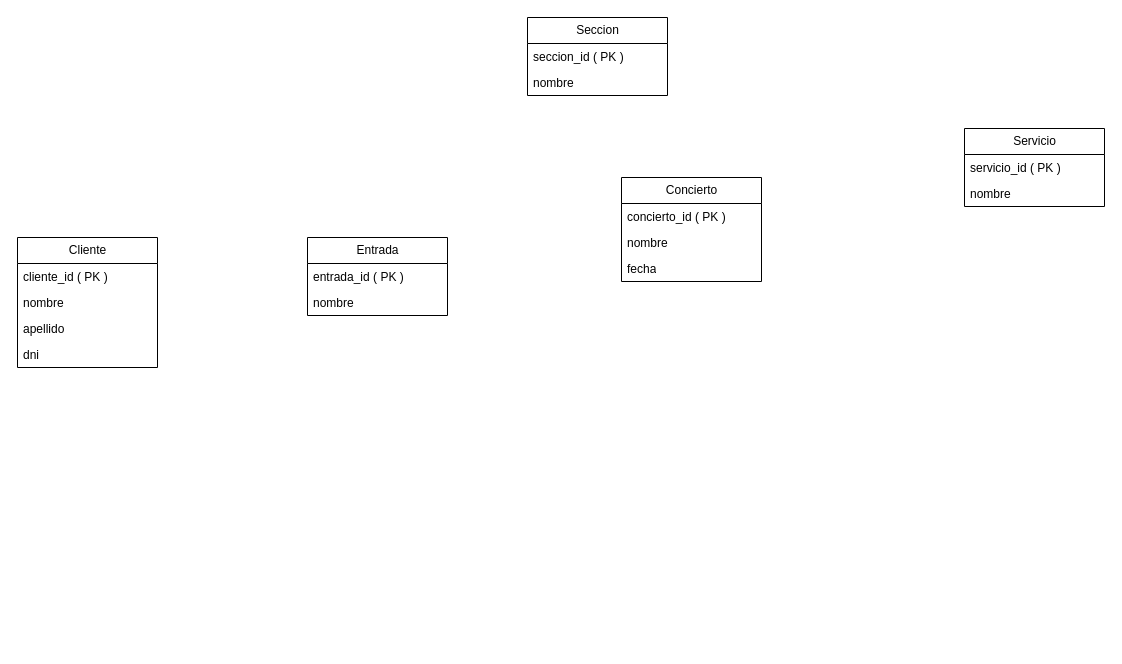
Oriana10/sql-project keeps this draw.io diagram as diagrama.drawio. Above is the earlier version. Source tidied: cells renumbered, new cells numbered last; positions are measured from the earlier drawing's top-left corner, leaving out a move shared by most shapes. Both pictures are drawn from the tidied source at 100%, with x=0, y=0 at pixel (17, 17).
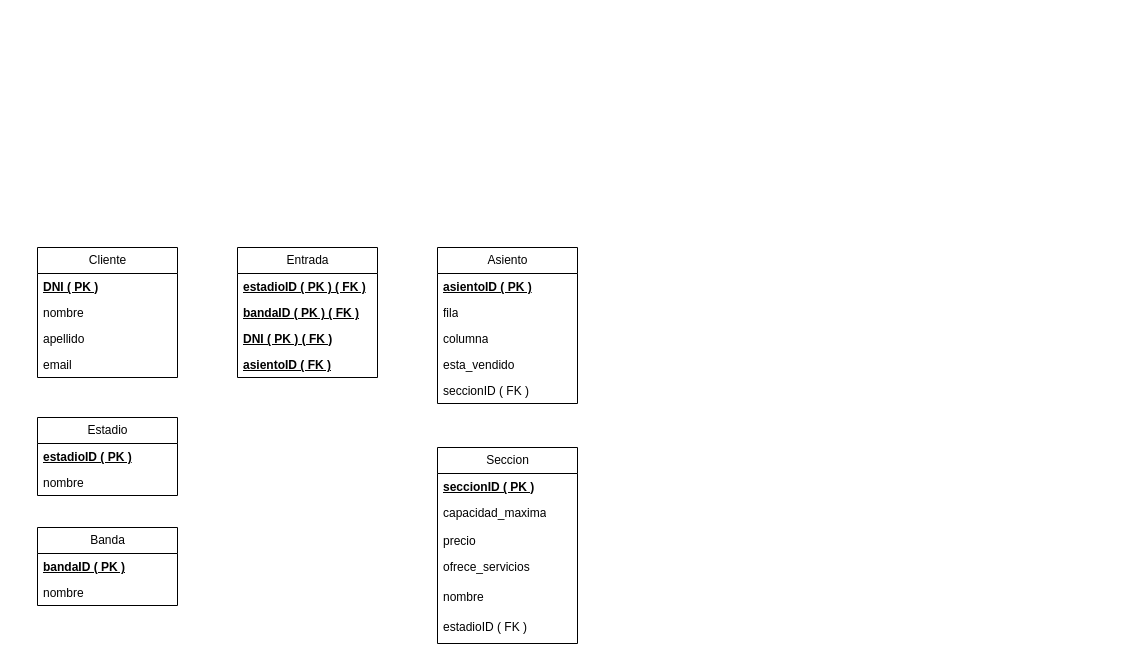
After the change.

Commit message:
Add SQL tables

What changed in the source:
```diff
@@
     <mxCell id="2" value="Cliente" style="swimlane;fontStyle=0;horizontal=1;startSize=26;fillColor=none;html=1;" parent="1" vertex="1">
-      <mxGeometry y="220" width="140" height="130" as="geometry" />
+      <mxGeometry x="20" y="230" width="140" height="130" as="geometry" />
     </mxCell>
-    <mxCell id="3" value="cliente_id ( PK )" style="text;strokeColor=none;fillColor=none;align=left;verticalAlign=top;spacingLeft=4;spacingRight=4;overflow=hidden;whiteSpace=wrap;html=1;" parent="2" vertex="1">
+    <mxCell id="3" value="&lt;b&gt;&lt;u&gt;DNI ( PK )&lt;/u&gt;&lt;/b&gt;" style="text;strokeColor=none;fillColor=none;align=left;verticalAlign=top;spacingLeft=4;spacingRight=4;overflow=hidden;whiteSpace=wrap;html=1;" parent="2" vertex="1">
       <mxGeometry y="26" width="140" height="26" as="geometry" />
     </mxCell>
@@
-    <mxCell id="6" value="dni" style="text;strokeColor=none;fillColor=none;align=left;verticalAlign=top;spacingLeft=4;spacingRight=4;overflow=hidden;whiteSpace=wrap;html=1;" parent="2" vertex="1">
+    <mxCell id="6" value="email" style="text;strokeColor=none;fillColor=none;align=left;verticalAlign=top;spacingLeft=4;spacingRight=4;overflow=hidden;whiteSpace=wrap;html=1;" parent="2" vertex="1">
       <mxGeometry y="104" width="140" height="26" as="geometry" />
     </mxCell>
-    <mxCell id="7" value="Seccion" style="swimlane;fontStyle=0;horizontal=1;startSize=26;fillColor=none;html=1;" parent="1" vertex="1">
-      <mxGeometry x="510" width="140" height="78" as="geometry" />
-    </mxCell>
-    <mxCell id="8" value="seccion_id ( PK )" style="text;strokeColor=none;fillColor=none;align=left;verticalAlign=top;spacingLeft=4;spacingRight=4;overflow=hidden;whiteSpace=wrap;html=1;" parent="7" vertex="1">
-      <mxGeometry y="26" width="140" height="26" as="geometry" />
-    </mxCell>
-    <mxCell id="9" value="nombre" style="text;strokeColor=none;fillColor=none;align=left;verticalAlign=top;spacingLeft=4;spacingRight=4;overflow=hidden;whiteSpace=wrap;html=1;" parent="7" vertex="1">
-      <mxGeometry y="52" width="140" height="26" as="geometry" />
-    </mxCell>
-    <mxCell id="10" value="Servicio" style="swimlane;fontStyle=0;horizontal=1;startSize=26;fillColor=none;html=1;" parent="1" vertex="1">
-      <mxGeometry x="947" y="111" width="140" height="78" as="geometry" />
-    </mxCell>
-    <mxCell id="11" value="servicio_id ( PK )" style="text;strokeColor=none;fillColor=none;align=left;verticalAlign=top;spacingLeft=4;spacingRight=4;overflow=hidden;whiteSpace=wrap;html=1;" parent="10" vertex="1">
-      <mxGeometry y="26" width="140" height="26" as="geometry" />
-    </mxCell>
-    <mxCell id="12" value="nombre" style="text;strokeColor=none;fillColor=none;align=left;verticalAlign=top;spacingLeft=4;spacingRight=4;overflow=hidden;whiteSpace=wrap;html=1;" parent="10" vertex="1">
-      <mxGeometry y="52" width="140" height="26" as="geometry" />
-    </mxCell>
-    <mxCell id="13" value="Concierto" style="swimlane;fontStyle=0;horizontal=1;startSize=26;fillColor=none;html=1;" parent="1" vertex="1">
-      <mxGeometry x="604" y="160" width="140" height="104" as="geometry" />
-    </mxCell>
-    <mxCell id="14" value="concierto_id ( PK )" style="text;strokeColor=none;fillColor=none;align=left;verticalAlign=top;spacingLeft=4;spacingRight=4;overflow=hidden;whiteSpace=wrap;html=1;" parent="13" vertex="1">
-      <mxGeometry y="26" width="140" height="26" as="geometry" />
-    </mxCell>
-    <mxCell id="15" value="nombre" style="text;strokeColor=none;fillColor=none;align=left;verticalAlign=top;spacingLeft=4;spacingRight=4;overflow=hidden;whiteSpace=wrap;html=1;" parent="13" vertex="1">
-      <mxGeometry y="52" width="140" height="26" as="geometry" />
-    </mxCell>
-    <mxCell id="16" value="fecha" style="text;strokeColor=none;fillColor=none;align=left;verticalAlign=top;spacingLeft=4;spacingRight=4;overflow=hidden;whiteSpace=wrap;html=1;" parent="13" vertex="1">
-      <mxGeometry y="78" width="140" height="26" as="geometry" />
-    </mxCell>
     <mxCell id="17" value="Entrada" style="swimlane;fontStyle=0;horizontal=1;startSize=26;fillColor=none;html=1;" parent="1" vertex="1">
-      <mxGeometry x="290" y="220" width="140" height="78" as="geometry" />
+      <mxGeometry x="220" y="230" width="140" height="130" as="geometry" />
     </mxCell>
-    <mxCell id="18" value="entrada_id ( PK )" style="text;strokeColor=none;fillColor=none;align=left;verticalAlign=top;spacingLeft=4;spacingRight=4;overflow=hidden;whiteSpace=wrap;html=1;" parent="17" vertex="1">
+    <mxCell id="18" value="&lt;u&gt;&lt;b&gt;estadioID&amp;nbsp;( PK ) ( FK )&lt;/b&gt;&lt;/u&gt;" style="text;strokeColor=none;fillColor=none;align=left;verticalAlign=top;spacingLeft=4;spacingRight=4;overflow=hidden;whiteSpace=wrap;html=1;" parent="17" vertex="1">
       <mxGeometry y="26" width="140" height="26" as="geometry" />
     </mxCell>
-    <mxCell id="19" value="nombre" style="text;strokeColor=none;fillColor=none;align=left;verticalAlign=top;spacingLeft=4;spacingRight=4;overflow=hidden;whiteSpace=wrap;html=1;" parent="17" vertex="1">
+    <mxCell id="19" value="&lt;u&gt;&lt;b&gt;bandaID ( PK ) ( FK )&lt;/b&gt;&lt;/u&gt;" style="text;strokeColor=none;fillColor=none;align=left;verticalAlign=top;spacingLeft=4;spacingRight=4;overflow=hidden;whiteSpace=wrap;html=1;" parent="17" vertex="1">
       <mxGeometry y="52" width="140" height="26" as="geometry" />
     </mxCell>
+    <mxCell id="20" value="&lt;b&gt;&lt;u&gt;DNI ( PK ) ( FK )&lt;/u&gt;&lt;/b&gt;" style="text;strokeColor=none;fillColor=none;align=left;verticalAlign=top;spacingLeft=4;spacingRight=4;overflow=hidden;whiteSpace=wrap;html=1;" parent="17" vertex="1">
+      <mxGeometry y="78" width="140" height="26" as="geometry" />
+    </mxCell>
+    <mxCell id="21" value="&lt;b&gt;&lt;u&gt;asientoID ( FK )&lt;/u&gt;&lt;/b&gt;" style="text;strokeColor=none;fillColor=none;align=left;verticalAlign=top;spacingLeft=4;spacingRight=4;overflow=hidden;whiteSpace=wrap;html=1;" parent="17" vertex="1">
+      <mxGeometry y="104" width="140" height="26" as="geometry" />
+    </mxCell>
+    <mxCell id="22" value="Estadio" style="swimlane;fontStyle=0;horizontal=1;startSize=26;fillColor=none;html=1;" parent="1" vertex="1">
+      <mxGeometry x="20" y="400" width="140" height="78" as="geometry" />
+    </mxCell>
+    <mxCell id="23" value="&lt;b&gt;&lt;u&gt;estadioID ( PK )&lt;/u&gt;&lt;/b&gt;" style="text;strokeColor=none;fillColor=none;align=left;verticalAlign=top;spacingLeft=4;spacingRight=4;overflow=hidden;whiteSpace=wrap;html=1;" parent="22" vertex="1">
+      <mxGeometry y="26" width="140" height="26" as="geometry" />
+    </mxCell>
+    <mxCell id="24" value="nombre" style="text;strokeColor=none;fillColor=none;align=left;verticalAlign=top;spacingLeft=4;spacingRight=4;overflow=hidden;whiteSpace=wrap;html=1;" parent="22" vertex="1">
+      <mxGeometry y="52" width="140" height="26" as="geometry" />
+    </mxCell>
+    <mxCell id="25" value="Banda" style="swimlane;fontStyle=0;horizontal=1;startSize=26;fillColor=none;html=1;" parent="1" vertex="1">
+      <mxGeometry x="20" y="510" width="140" height="78" as="geometry" />
+    </mxCell>
+    <mxCell id="26" value="&lt;b&gt;&lt;u&gt;bandaID ( PK )&lt;/u&gt;&lt;/b&gt;" style="text;strokeColor=none;fillColor=none;align=left;verticalAlign=top;spacingLeft=4;spacingRight=4;overflow=hidden;whiteSpace=wrap;html=1;" parent="25" vertex="1">
+      <mxGeometry y="26" width="140" height="26" as="geometry" />
+    </mxCell>
+    <mxCell id="27" value="nombre" style="text;strokeColor=none;fillColor=none;align=left;verticalAlign=top;spacingLeft=4;spacingRight=4;overflow=hidden;whiteSpace=wrap;html=1;" parent="25" vertex="1">
+      <mxGeometry y="52" width="140" height="26" as="geometry" />
+    </mxCell>
+    <mxCell id="7" value="Seccion" style="swimlane;fontStyle=0;horizontal=1;startSize=26;fillColor=none;html=1;" parent="1" vertex="1">
+      <mxGeometry x="420" y="430" width="140" height="196" as="geometry" />
+    </mxCell>
+    <mxCell id="28" value="&lt;b&gt;&lt;u&gt;seccionID ( PK )&lt;/u&gt;&lt;/b&gt;" style="text;strokeColor=none;fillColor=none;align=left;verticalAlign=top;spacingLeft=4;spacingRight=4;overflow=hidden;whiteSpace=wrap;html=1;" parent="7" vertex="1">
+      <mxGeometry y="26" width="140" height="26" as="geometry" />
+    </mxCell>
+    <mxCell id="29" value="capacidad_maxima" style="text;strokeColor=none;fillColor=none;align=left;verticalAlign=top;spacingLeft=4;spacingRight=4;overflow=hidden;whiteSpace=wrap;html=1;" parent="7" vertex="1">
+      <mxGeometry y="52" width="140" height="28" as="geometry" />
+    </mxCell>
+    <mxCell id="30" value="precio" style="text;strokeColor=none;fillColor=none;align=left;verticalAlign=top;spacingLeft=4;spacingRight=4;overflow=hidden;whiteSpace=wrap;html=1;" parent="7" vertex="1">
+      <mxGeometry y="80" width="140" height="26" as="geometry" />
+    </mxCell>
+    <mxCell id="31" value="ofrece_servicios" style="text;strokeColor=none;fillColor=none;align=left;verticalAlign=top;spacingLeft=4;spacingRight=4;overflow=hidden;whiteSpace=wrap;html=1;" parent="7" vertex="1">
+      <mxGeometry y="106" width="140" height="30" as="geometry" />
+    </mxCell>
+    <mxCell id="32" value="nombre" style="text;strokeColor=none;fillColor=none;align=left;verticalAlign=top;spacingLeft=4;spacingRight=4;overflow=hidden;whiteSpace=wrap;html=1;" parent="7" vertex="1">
+      <mxGeometry y="136" width="140" height="30" as="geometry" />
+    </mxCell>
+    <mxCell id="33" value="estadioID ( FK )" style="text;strokeColor=none;fillColor=none;align=left;verticalAlign=top;spacingLeft=4;spacingRight=4;overflow=hidden;whiteSpace=wrap;html=1;" parent="7" vertex="1">
+      <mxGeometry y="166" width="140" height="30" as="geometry" />
+    </mxCell>
+    <mxCell id="34" value="Asiento" style="swimlane;fontStyle=0;horizontal=1;startSize=26;fillColor=none;html=1;" parent="1" vertex="1">
+      <mxGeometry x="420" y="230" width="140" height="156" as="geometry" />
+    </mxCell>
+    <mxCell id="35" value="&lt;b&gt;&lt;u&gt;asientoID ( PK )&lt;/u&gt;&lt;/b&gt;" style="text;strokeColor=none;fillColor=none;align=left;verticalAlign=top;spacingLeft=4;spacingRight=4;overflow=hidden;whiteSpace=wrap;html=1;" parent="34" vertex="1">
+      <mxGeometry y="26" width="140" height="26" as="geometry" />
+    </mxCell>
+    <mxCell id="36" value="fila" style="text;strokeColor=none;fillColor=none;align=left;verticalAlign=top;spacingLeft=4;spacingRight=4;overflow=hidden;whiteSpace=wrap;html=1;" parent="34" vertex="1">
+      <mxGeometry y="52" width="140" height="26" as="geometry" />
+    </mxCell>
+    <mxCell id="37" value="columna" style="text;strokeColor=none;fillColor=none;align=left;verticalAlign=top;spacingLeft=4;spacingRight=4;overflow=hidden;whiteSpace=wrap;html=1;" parent="34" vertex="1">
+      <mxGeometry y="78" width="140" height="26" as="geometry" />
+    </mxCell>
+    <mxCell id="38" value="esta_vendido" style="text;strokeColor=none;fillColor=none;align=left;verticalAlign=top;spacingLeft=4;spacingRight=4;overflow=hidden;whiteSpace=wrap;html=1;" parent="34" vertex="1">
+      <mxGeometry y="104" width="140" height="26" as="geometry" />
+    </mxCell>
+    <mxCell id="39" value="seccionID ( FK )" style="text;strokeColor=none;fillColor=none;align=left;verticalAlign=top;spacingLeft=4;spacingRight=4;overflow=hidden;whiteSpace=wrap;html=1;" parent="34" vertex="1">
+      <mxGeometry y="130" width="140" height="26" as="geometry" />
+    </mxCell>
```
